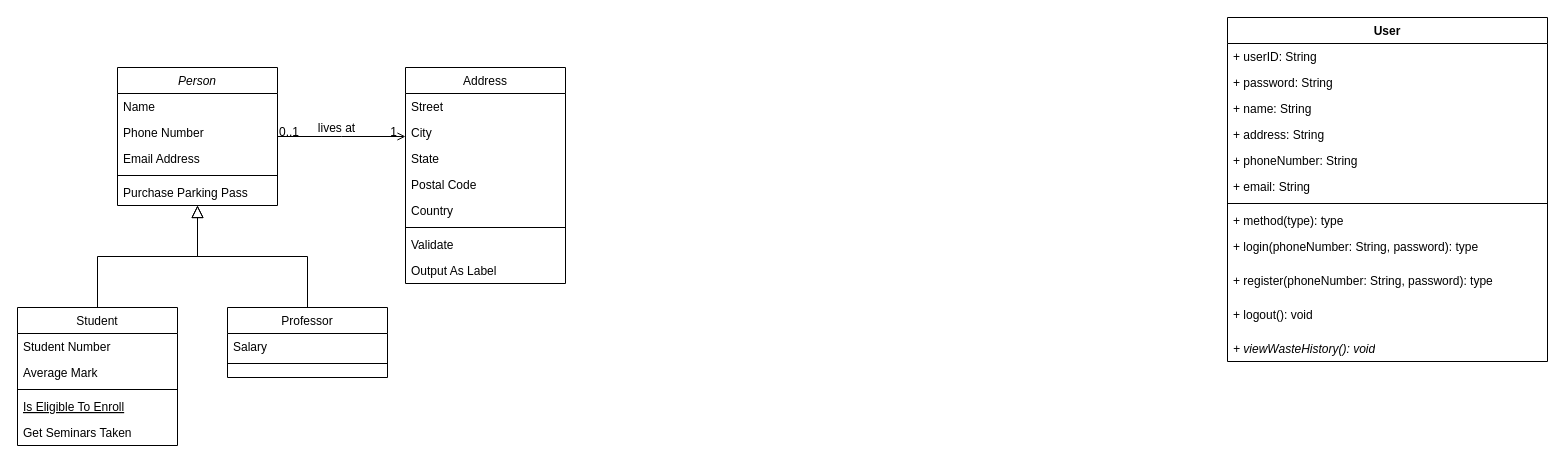
Earlier version of the draw.io diagram Class Diagram/Untitled Diagram.drawio (Y3-S1-project-group/CSSE-Design). Source tidied: cells renumbered, new cells numbered last; positions are measured from the earlier drawing's top-left corner, leaving out a move shared by most shapes. Both pictures are drawn from the tidied source at 100%, with x=0, y=0 at pixel (17, 17).
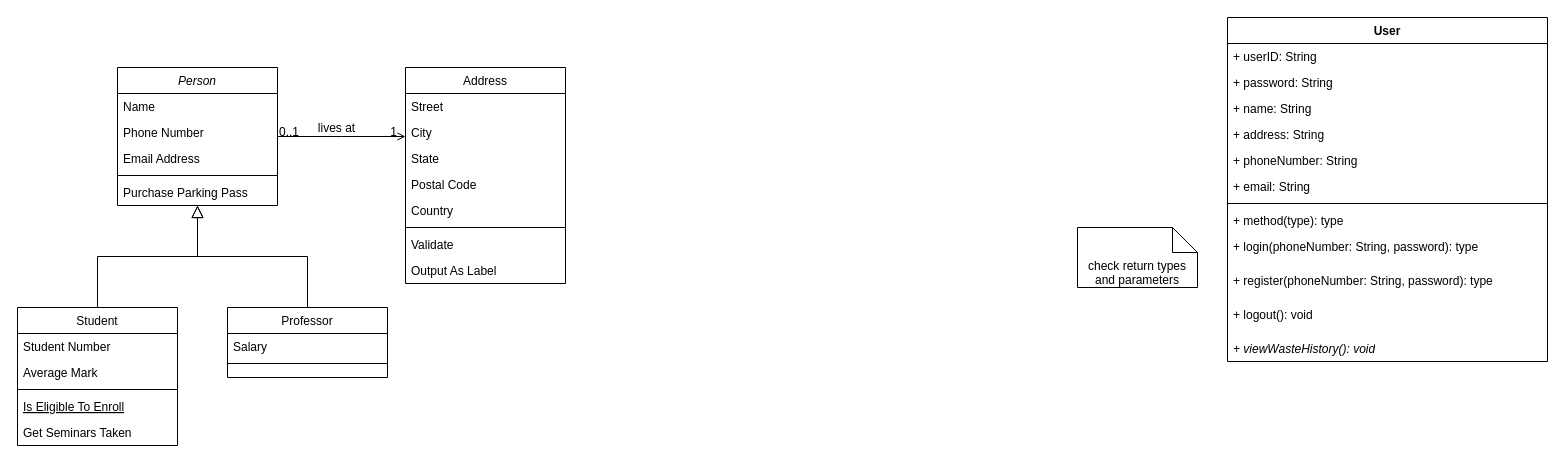
After the change.

What changed in the source:
```diff
@@
+    <mxCell id="45" value="check return types and parameters" style="shape=note2;boundedLbl=1;whiteSpace=wrap;html=1;size=25;verticalAlign=top;align=center;" parent="1" vertex="1">
+      <mxGeometry x="1060" y="210" width="120" height="60" as="geometry" />
+    </mxCell>
```
